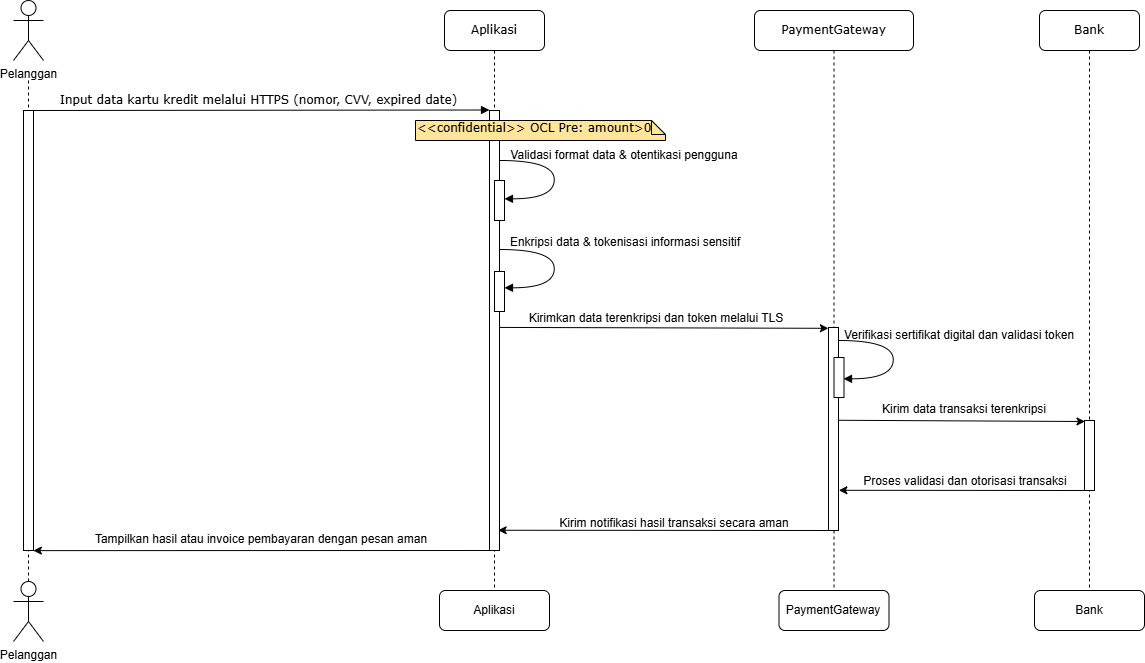
anthef/anthef keeps this draw.io diagram as Diagram Tanpa Judul.drawio.png. Above is the earlier version. Source tidied: cells renumbered, new cells last; positions are measured from the earlier drawing's top-left corner, leaving out a move shared by most shapes.
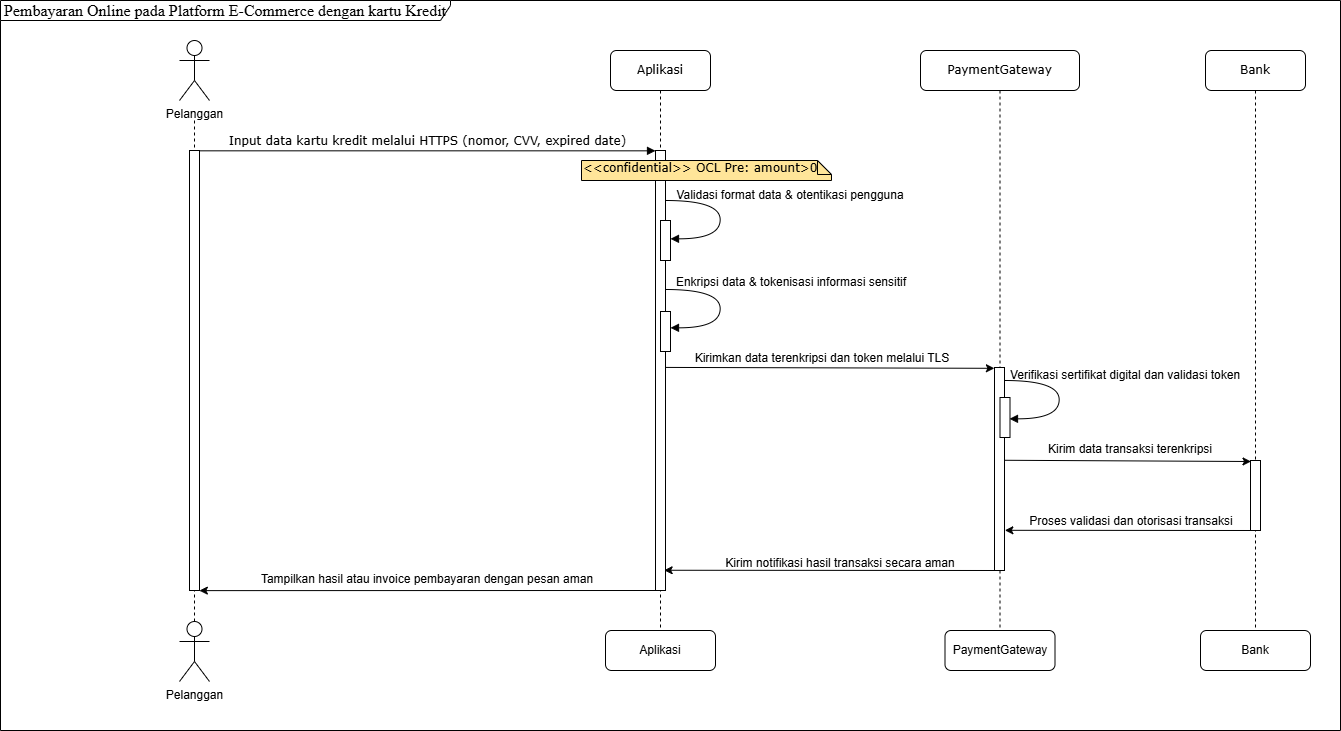
The same diagram one commit later.

What changed in the source:
```diff
@@ -137,5 +137,8 @@
     <mxCell id="36" value="&amp;lt;&amp;lt;confidential&amp;gt;&amp;gt; OCL Pre: amount&amp;gt;0" style="shape=note;whiteSpace=wrap;html=1;size=14;verticalAlign=top;align=left;spacingTop=-6;rounded=0;shadow=0;comic=0;labelBackgroundColor=none;strokeWidth=1;fontFamily=Verdana;fontSize=12;fillColor=light-dark(#FFE599,var(--ge-dark-color, #121212));" parent="1" vertex="1">
       <mxGeometry x="402" y="120" width="250" height="20" as="geometry" />
     </mxCell>
+    <mxCell id="37" value="&lt;span id=&quot;docs-internal-guid-a4cc45a7-7fff-45d5-c5a5-1ba113643d19&quot;&gt;&lt;span style=&quot;font-size: 12pt; font-family: &amp;quot;Times New Roman&amp;quot;, serif; background-color: transparent; font-variant-numeric: normal; font-variant-east-asian: normal; font-variant-alternates: normal; font-variant-position: normal; font-variant-emoji: normal; vertical-align: baseline; white-space-collapse: preserve;&quot;&gt;Pembayaran Online pada Platform E-Commerce dengan kartu Kredit&lt;/span&gt;&lt;/span&gt;" style="shape=umlFrame;whiteSpace=wrap;html=1;width=450;height=20;" parent="1" vertex="1">
+      <mxGeometry x="-179" y="-40" width="1340" height="730" as="geometry" />
+    </mxCell>
   </root>
 </mxGraphModel>
```
